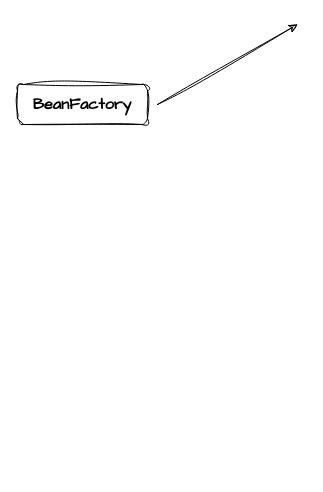
Above: spring源码.drawio in minybear/drawIo (draw.io), before the change. Source tidied: cells renumbered, new cells numbered last; positions are measured from the earlier drawing's top-left corner, leaving out a move shared by most shapes. Both pictures are drawn from the tidied source at 100%, with x=0, y=0 at pixel (17, 24).
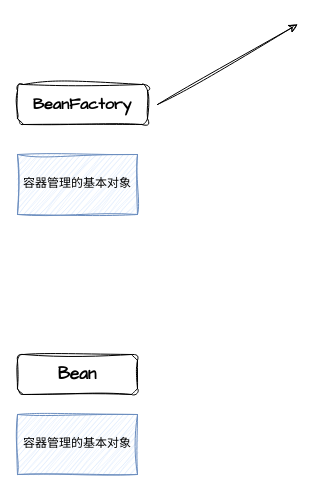
After the change.

Change to the diagram source:
```diff
@@
 <mxGraphModel>
   <root>
     <mxCell id="0" />
     <mxCell id="1" parent="0" />
     <mxCell id="2" value="BeanFactory" style="rounded=1;whiteSpace=wrap;html=1;sketch=1;hachureGap=4;jiggle=2;curveFitting=1;fontFamily=Architects Daughter;fontStyle=1;fontSize=16;" parent="1" vertex="1">
       <mxGeometry y="60" width="130" height="40" as="geometry" />
     </mxCell>
     <mxCell id="3" style="endArrow=classic;html=1;rounded=0;sketch=1;hachureGap=4;jiggle=2;curveFitting=1;fontFamily=Architects Daughter;" parent="1" edge="1">
       <mxGeometry relative="1" as="geometry">
         <mxPoint x="140" y="80" as="sourcePoint" />
         <mxPoint x="280" as="targetPoint" />
       </mxGeometry>
     </mxCell>
+    <mxCell id="4" value="Bean" style="rounded=1;whiteSpace=wrap;html=1;sketch=1;hachureGap=4;jiggle=2;curveFitting=1;fontFamily=Architects Daughter;fontStyle=1;fontSize=17;" parent="1" vertex="1">
+      <mxGeometry y="330" width="120" height="40" as="geometry" />
+    </mxCell>
+    <mxCell id="5" value="容器管理的基本对象" style="rounded=0;whiteSpace=wrap;html=1;sketch=1;hachureGap=4;jiggle=2;curveFitting=1;fontFamily=Architects Daughter;fillColor=#dae8fc;strokeColor=#6c8ebf;" parent="1" vertex="1">
+      <mxGeometry y="390" width="120" height="60" as="geometry" />
+    </mxCell>
+    <mxCell id="6" value="容器管理的基本对象" style="rounded=0;whiteSpace=wrap;html=1;sketch=1;hachureGap=4;jiggle=2;curveFitting=1;fontFamily=Architects Daughter;fillColor=#dae8fc;strokeColor=#6c8ebf;" parent="1" vertex="1">
+      <mxGeometry y="130" width="120" height="60" as="geometry" />
+    </mxCell>
   </root>
 </mxGraphModel>
```
